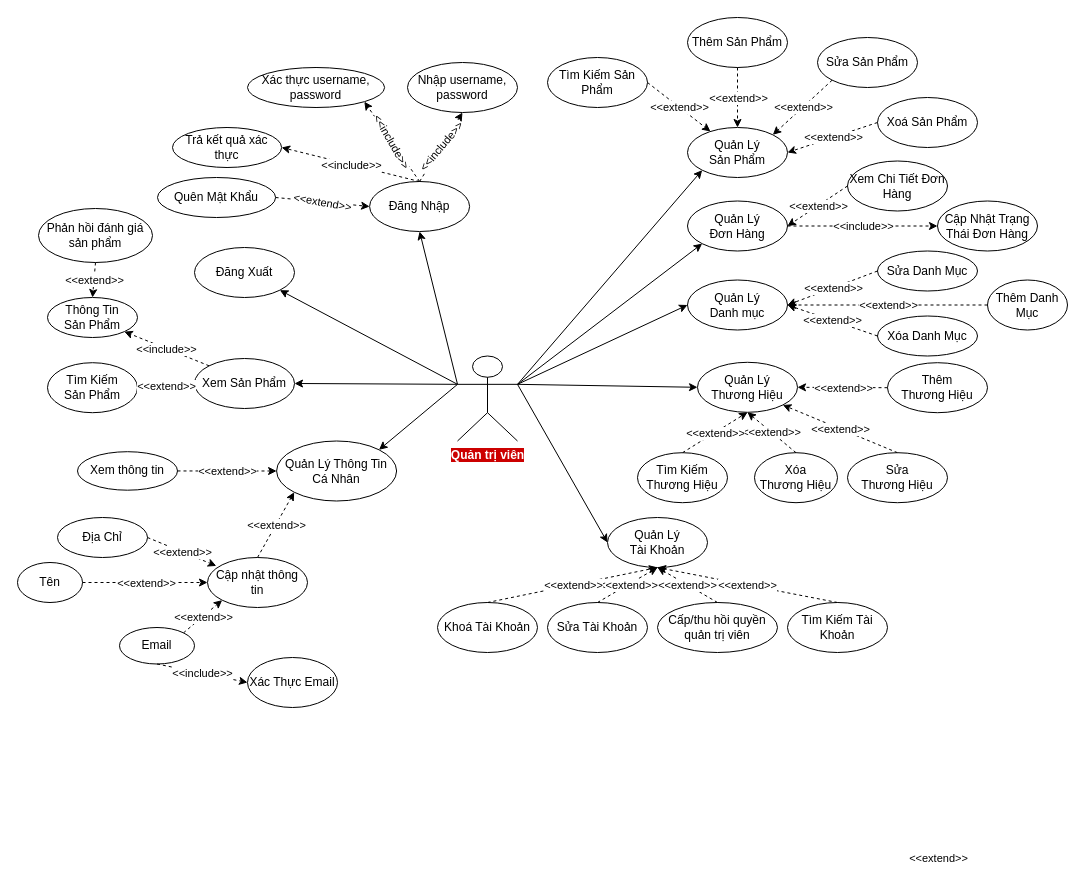
Earlier version of the draw.io diagram page "Admin" (3 of 5) of Documentation/Usecase-Admin-User.drawio (VoQuangTuong185/DoAnTotNghiep). Source tidied: cells renumbered, new cells numbered last; positions are measured from the earlier drawing's top-left corner, leaving out a move shared by most shapes. Both pictures are drawn from the tidied source at 100%, with x=0, y=0 at pixel (17, 17).
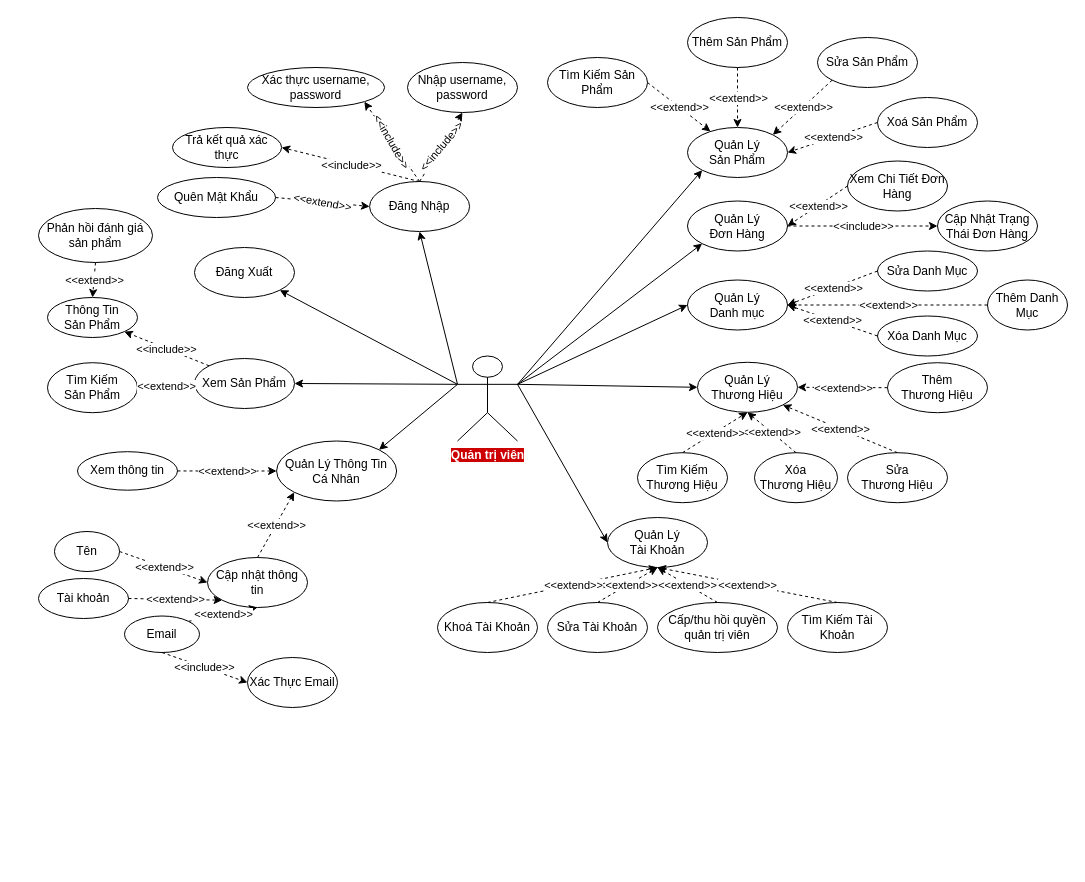
The same page after the edit.

The change refers to these unchanged cells:
```xml
<mxCell id="77" value="Cập nhật thông tin" style="ellipse;whiteSpace=wrap;html=1;" parent="1" vertex="1">
  <mxGeometry x="190" y="540" width="100" height="50" as="geometry" />
</mxCell>
```

What changed in the source:
```diff
@@
-    <mxCell id="79" value="Địa Chỉ" style="ellipse;whiteSpace=wrap;html=1;" parent="1" vertex="1">
-      <mxGeometry x="40" y="500" width="90" height="40" as="geometry" />
-    </mxCell>
     <mxCell id="80" value="Email" style="ellipse;whiteSpace=wrap;html=1;" parent="1" vertex="1">
-      <mxGeometry x="102" y="610" width="75" height="36.5" as="geometry" />
+      <mxGeometry x="107" y="598.5" width="75" height="36.5" as="geometry" />
     </mxCell>
     <mxCell id="81" value="Tên" style="ellipse;whiteSpace=wrap;html=1;" parent="1" vertex="1">
-      <mxGeometry y="545" width="65" height="40" as="geometry" />
+      <mxGeometry x="37" y="514" width="65" height="40" as="geometry" />
     </mxCell>
@@
-    <mxCell id="83" value="&amp;lt;&amp;lt;extend&amp;gt;&amp;gt;" style="edgeLabel;html=1;align=center;verticalAlign=middle;" parent="1" vertex="1">
-      <mxGeometry x="920" y="840" as="geometry" />
-    </mxCell>
@@
-    <mxCell id="100" style="endArrow=classic;html=1;rounded=0;dashed=1;entryX=0.088;entryY=0.168;entryDx=0;entryDy=0;exitX=1;exitY=0.5;exitDx=0;exitDy=0;entryPerimeter=0;" parent="1" edge="1" source="79" target="77">
-      <mxGeometry relative="1" as="geometry" />
-    </mxCell>
-    <mxCell id="101" value="&amp;lt;&amp;lt;extend&amp;gt;&amp;gt;" style="edgeLabel;html=1;align=center;verticalAlign=middle;" parent="100" vertex="1">
-      <mxGeometry relative="1" as="geometry" />
-    </mxCell>
@@
-    <mxCell id="104" style="endArrow=classic;html=1;rounded=0;dashed=1;entryX=0;entryY=1;entryDx=0;entryDy=0;exitX=1;exitY=0;exitDx=0;exitDy=0;" parent="1" edge="1" source="80" target="77">
+    <mxCell id="104" style="endArrow=classic;html=1;rounded=0;dashed=1;entryX=0.5;entryY=1;entryDx=0;entryDy=0;exitX=1;exitY=0;exitDx=0;exitDy=0;" parent="1" edge="1" source="80" target="77">
       <mxGeometry relative="1" as="geometry" />
     </mxCell>
@@
+    <mxCell id="112" value="Tài khoản" style="ellipse;whiteSpace=wrap;html=1;" parent="1" vertex="1">
+      <mxGeometry x="21" y="561" width="90" height="40" as="geometry" />
+    </mxCell>
+    <mxCell id="113" style="endArrow=classic;html=1;rounded=0;dashed=1;entryX=0;entryY=1;entryDx=0;entryDy=0;exitX=1;exitY=0.5;exitDx=0;exitDy=0;" parent="1" edge="1" source="112" target="77">
+      <mxGeometry relative="1" as="geometry" />
+    </mxCell>
+    <mxCell id="114" value="&amp;lt;&amp;lt;extend&amp;gt;&amp;gt;" style="edgeLabel;html=1;align=center;verticalAlign=middle;" parent="113" vertex="1">
+      <mxGeometry relative="1" as="geometry" />
+    </mxCell>
```
